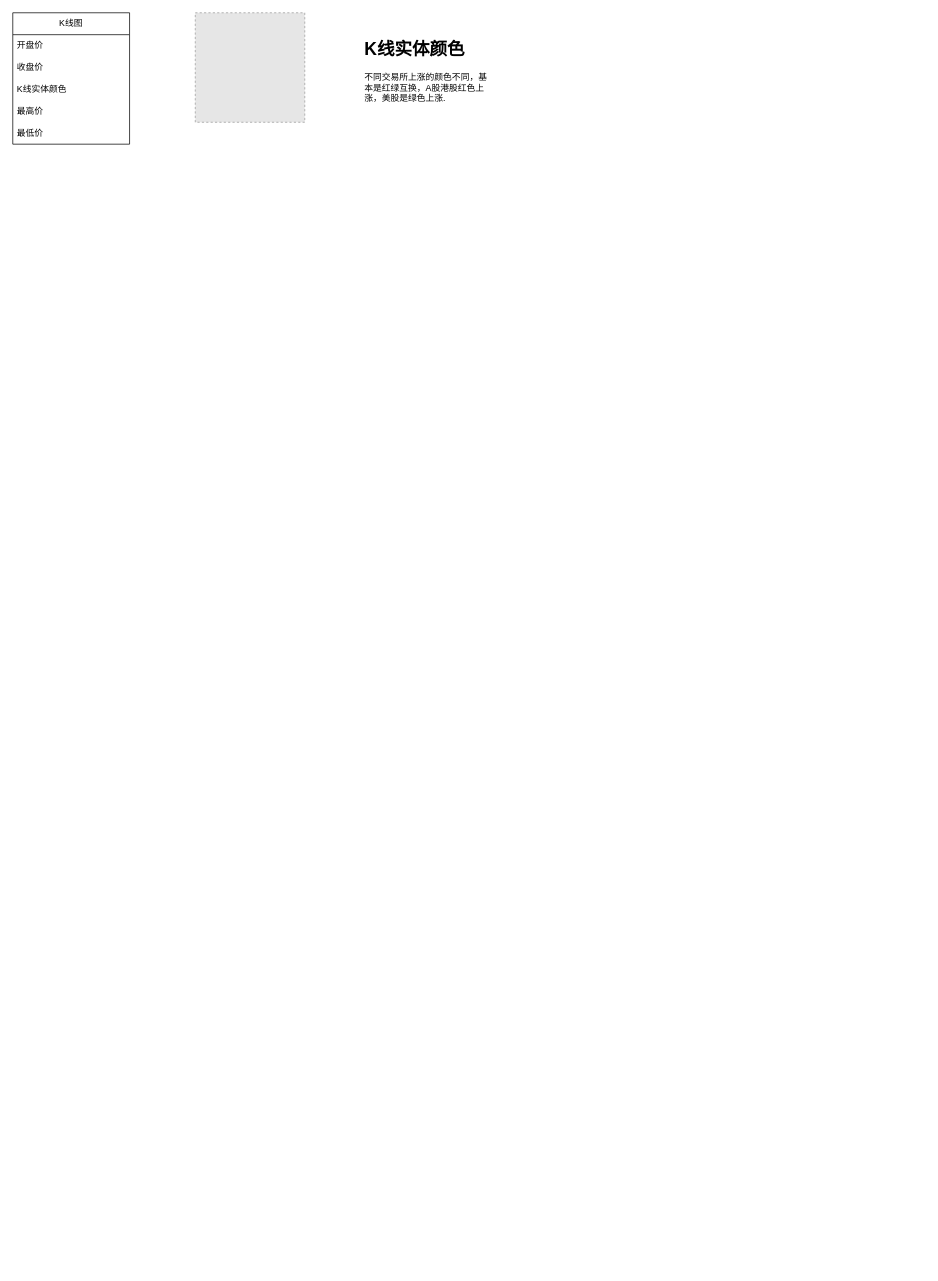
Before: 股票交易基础知识.drawio in XiongZen/coco, a draw.io diagram. Source tidied: cells renumbered, new cells numbered last; positions are measured from the earlier drawing's top-left corner, leaving out a move shared by most shapes. Both pictures are drawn from the tidied source at 73%, with x=0, y=0 at pixel (12, 12). Pictures stored in the file or linked from it are replaced by grey dashed boxes.
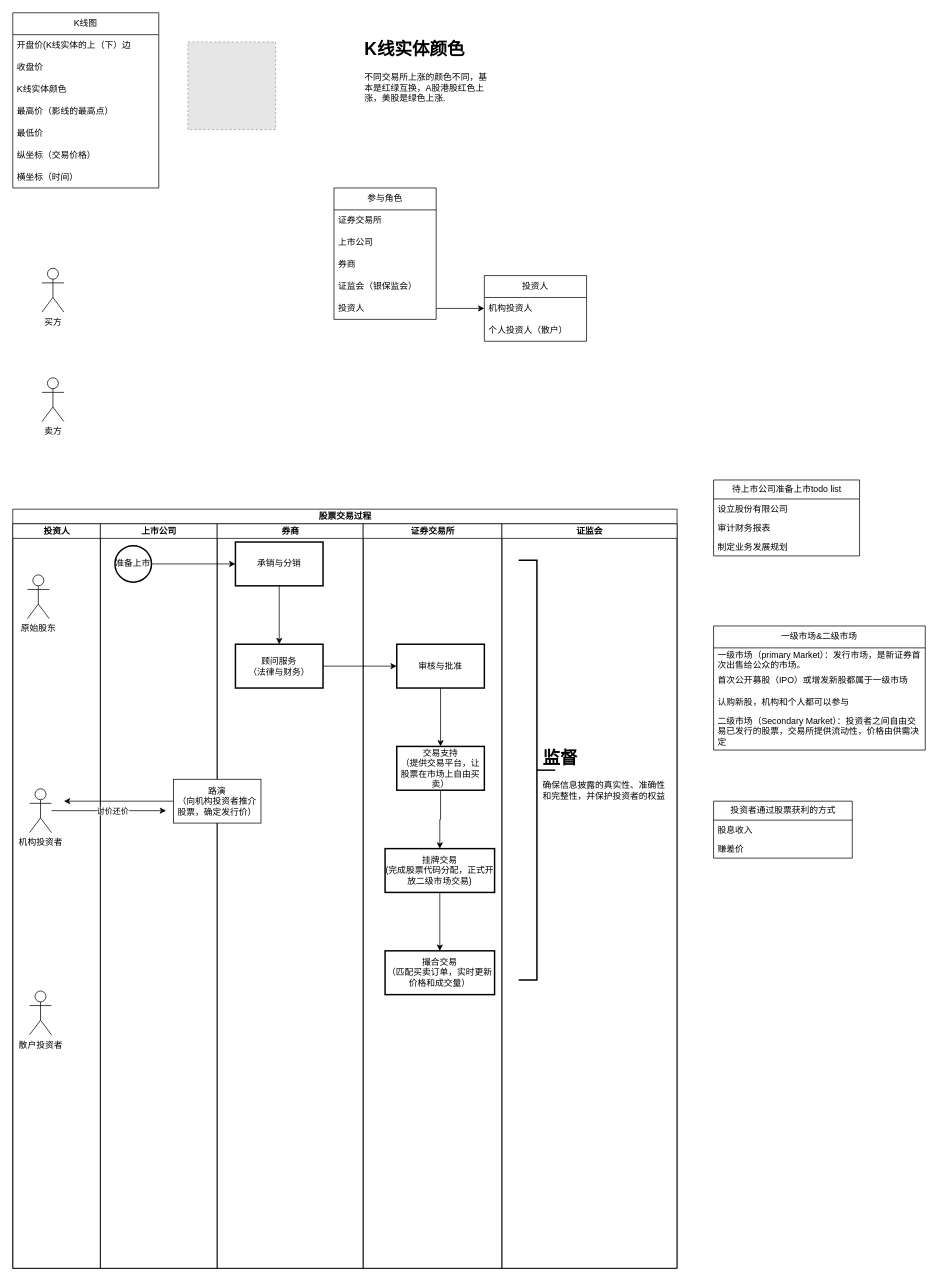
The same diagram, later.

Commit message (it also covers changes not shown here):
Update 股票交易基础知识.drawio

Diff of the diagram source:
```diff
@@
     <mxCell id="2" value="K线图" style="swimlane;fontStyle=0;horizontal=1;startSize=30;whiteSpace=wrap;html=1;" parent="1" vertex="1">
-      <mxGeometry width="160" height="180" as="geometry" />
+      <mxGeometry width="200" height="240" as="geometry" />
     </mxCell>
-    <mxCell id="3" value="开盘价" style="text;strokeColor=none;fillColor=none;align=left;verticalAlign=middle;spacingLeft=4;spacingRight=4;overflow=hidden;whiteSpace=wrap;html=1;" parent="2" vertex="1">
-      <mxGeometry y="30" width="160" height="30" as="geometry" />
+    <mxCell id="3" value="开盘价(K线实体的上（下）边" style="text;strokeColor=none;fillColor=none;align=left;verticalAlign=middle;spacingLeft=4;spacingRight=4;overflow=hidden;whiteSpace=wrap;html=1;" parent="2" vertex="1">
+      <mxGeometry y="30" width="200" height="30" as="geometry" />
     </mxCell>
     <mxCell id="4" value="收盘价" style="text;strokeColor=none;fillColor=none;align=left;verticalAlign=middle;spacingLeft=4;spacingRight=4;overflow=hidden;whiteSpace=wrap;html=1;" parent="2" vertex="1">
-      <mxGeometry y="60" width="160" height="30" as="geometry" />
+      <mxGeometry y="60" width="200" height="30" as="geometry" />
     </mxCell>
     <mxCell id="5" value="K线实体颜色" style="text;strokeColor=none;fillColor=none;align=left;verticalAlign=middle;spacingLeft=4;spacingRight=4;overflow=hidden;whiteSpace=wrap;html=1;" parent="2" vertex="1">
-      <mxGeometry y="90" width="160" height="30" as="geometry" />
+      <mxGeometry y="90" width="200" height="30" as="geometry" />
     </mxCell>
-    <mxCell id="6" value="最高价" style="text;strokeColor=none;fillColor=none;align=left;verticalAlign=middle;spacingLeft=4;spacingRight=4;overflow=hidden;whiteSpace=wrap;html=1;" parent="2" vertex="1">
-      <mxGeometry y="120" width="160" height="30" as="geometry" />
+    <mxCell id="6" value="最高价（影线的最高点）" style="text;strokeColor=none;fillColor=none;align=left;verticalAlign=middle;spacingLeft=4;spacingRight=4;overflow=hidden;whiteSpace=wrap;html=1;" parent="2" vertex="1">
+      <mxGeometry y="120" width="200" height="30" as="geometry" />
     </mxCell>
     <mxCell id="7" value="最低价" style="text;strokeColor=none;fillColor=none;align=left;verticalAlign=middle;spacingLeft=4;spacingRight=4;overflow=hidden;whiteSpace=wrap;html=1;" parent="2" vertex="1">
-      <mxGeometry y="150" width="160" height="30" as="geometry" />
+      <mxGeometry y="150" width="200" height="30" as="geometry" />
     </mxCell>
+    <mxCell id="10" value="纵坐标（交易价格）" style="text;strokeColor=none;fillColor=none;align=left;verticalAlign=middle;spacingLeft=4;spacingRight=4;overflow=hidden;whiteSpace=wrap;html=1;" parent="2" vertex="1">
+      <mxGeometry y="180" width="200" height="30" as="geometry" />
+    </mxCell>
+    <mxCell id="11" value="横坐标（时间）" style="text;strokeColor=none;fillColor=none;align=left;verticalAlign=middle;spacingLeft=4;spacingRight=4;overflow=hidden;whiteSpace=wrap;html=1;" parent="2" vertex="1">
+      <mxGeometry y="210" width="200" height="30" as="geometry" />
+    </mxCell>
@@
-    <mxCell id="9" style="fillColor=#E6E6E6;strokeColor=#999999;dashed=1;verticalLabelPosition=bottom;labelBackgroundColor=default;verticalAlign=top;" parent="1" vertex="1">
-      <mxGeometry x="250" width="150" height="150" as="geometry" />
-    </mxCell>
+    <mxCell id="12" value="买方" style="shape=umlActor;verticalLabelPosition=bottom;verticalAlign=top;html=1;" parent="1" vertex="1">
+      <mxGeometry x="40" y="350" width="30" height="60" as="geometry" />
+    </mxCell>
+    <mxCell id="13" value="卖方" style="shape=umlActor;verticalLabelPosition=bottom;verticalAlign=top;html=1;" parent="1" vertex="1">
+      <mxGeometry x="40" y="500" width="30" height="60" as="geometry" />
+    </mxCell>
+    <mxCell id="14" value="参与角色" style="swimlane;fontStyle=0;horizontal=1;startSize=30;whiteSpace=wrap;html=1;" parent="1" vertex="1">
+      <mxGeometry x="440" y="240" width="140" height="180" as="geometry" />
+    </mxCell>
+    <mxCell id="15" value="证券交易所" style="text;strokeColor=none;fillColor=none;align=left;verticalAlign=middle;spacingLeft=4;spacingRight=4;overflow=hidden;whiteSpace=wrap;html=1;" parent="14" vertex="1">
+      <mxGeometry y="30" width="140" height="30" as="geometry" />
+    </mxCell>
+    <mxCell id="16" value="上市公司" style="text;strokeColor=none;fillColor=none;align=left;verticalAlign=middle;spacingLeft=4;spacingRight=4;overflow=hidden;whiteSpace=wrap;html=1;" parent="14" vertex="1">
+      <mxGeometry y="60" width="140" height="30" as="geometry" />
+    </mxCell>
+    <mxCell id="17" value="券商" style="text;strokeColor=none;fillColor=none;align=left;verticalAlign=middle;spacingLeft=4;spacingRight=4;overflow=hidden;whiteSpace=wrap;html=1;" parent="14" vertex="1">
+      <mxGeometry y="90" width="140" height="30" as="geometry" />
+    </mxCell>
+    <mxCell id="18" value="证监会（银保监会）" style="text;strokeColor=none;fillColor=none;align=left;verticalAlign=middle;spacingLeft=4;spacingRight=4;overflow=hidden;whiteSpace=wrap;html=1;" parent="14" vertex="1">
+      <mxGeometry y="120" width="140" height="30" as="geometry" />
+    </mxCell>
+    <mxCell id="19" value="投资人" style="text;strokeColor=none;fillColor=none;align=left;verticalAlign=middle;spacingLeft=4;spacingRight=4;overflow=hidden;points=[[0,0.5],[1,0.5]];portConstraint=eastwest;whiteSpace=wrap;html=1;" parent="14" vertex="1">
+      <mxGeometry y="150" width="140" height="30" as="geometry" />
+    </mxCell>
+    <mxCell id="20" value="投资人" style="swimlane;fontStyle=0;horizontal=1;startSize=30;whiteSpace=wrap;html=1;" parent="1" vertex="1">
+      <mxGeometry x="646" y="360" width="140" height="90" as="geometry" />
+    </mxCell>
+    <mxCell id="21" value="机构投资人" style="text;strokeColor=none;fillColor=none;align=left;verticalAlign=middle;spacingLeft=4;spacingRight=4;overflow=hidden;points=[[0,0.5],[1,0.5]];portConstraint=eastwest;whiteSpace=wrap;html=1;" parent="20" vertex="1">
+      <mxGeometry y="30" width="140" height="30" as="geometry" />
+    </mxCell>
+    <mxCell id="22" value="个人投资人（散户）" style="text;strokeColor=none;fillColor=none;align=left;verticalAlign=middle;spacingLeft=4;spacingRight=4;overflow=hidden;whiteSpace=wrap;html=1;" parent="20" vertex="1">
+      <mxGeometry y="60" width="140" height="30" as="geometry" />
+    </mxCell>
+    <mxCell id="23" style="edgeStyle=orthogonalEdgeStyle;rounded=0;jettySize=auto;html=1;entryX=0;entryY=0.5;entryDx=0;entryDy=0;" parent="1" edge="1" source="19" target="21">
+      <mxGeometry relative="1" as="geometry" />
+    </mxCell>
+    <mxCell id="24" value="股票交易过程" style="swimlane;startSize=20;html=1;" parent="1" vertex="1">
+      <mxGeometry y="680" width="910" height="1040" as="geometry" />
+    </mxCell>
+    <mxCell id="25" value="投资人" style="swimlane;startSize=20;html=1;" parent="24" vertex="1">
+      <mxGeometry y="20" width="120" height="1020" as="geometry" />
+    </mxCell>
+    <mxCell id="26" value="原始股东" style="shape=umlActor;verticalLabelPosition=bottom;verticalAlign=top;html=1;" parent="25" vertex="1">
+      <mxGeometry x="20" y="70" width="30" height="60" as="geometry" />
+    </mxCell>
+    <mxCell id="27" style="edgeStyle=orthogonalEdgeStyle;rounded=0;jettySize=auto;html=1;" parent="25" edge="1" source="29">
+      <mxGeometry relative="1" as="geometry">
+        <mxPoint x="210" y="393" as="targetPoint" />
+      </mxGeometry>
+    </mxCell>
+    <mxCell id="28" value="讨价还价" style="edgeLabel;html=1;align=center;verticalAlign=middle;" parent="27" vertex="1">
+      <mxGeometry x="0.06" relative="1" as="geometry">
+        <mxPoint x="1" as="offset" />
+      </mxGeometry>
+    </mxCell>
+    <mxCell id="29" value="机构投资者" style="shape=umlActor;verticalLabelPosition=bottom;verticalAlign=top;html=1;outlineConnect=0;" parent="25" vertex="1">
+      <mxGeometry x="23" y="363" width="30" height="60" as="geometry" />
+    </mxCell>
+    <mxCell id="30" value="散户投资者" style="shape=umlActor;verticalLabelPosition=bottom;verticalAlign=top;html=1;" parent="25" vertex="1">
+      <mxGeometry x="23" y="640" width="30" height="60" as="geometry" />
+    </mxCell>
+    <mxCell id="31" value="上市公司" style="swimlane;startSize=20;html=1;" parent="24" vertex="1">
+      <mxGeometry x="120" y="20" width="160" height="1020" as="geometry" />
+    </mxCell>
+    <mxCell id="32" value="准备上市" style="strokeWidth=2;html=1;shape=mxgraph.flowchart.start_2;whiteSpace=wrap;" parent="31" vertex="1">
+      <mxGeometry x="20" y="30" width="50" height="50" as="geometry" />
+    </mxCell>
+    <mxCell id="33" style="edgeStyle=orthogonalEdgeStyle;rounded=0;jettySize=auto;html=1;" parent="31" edge="1" source="38">
+      <mxGeometry relative="1" as="geometry">
+        <mxPoint x="-50" y="380" as="targetPoint" />
+      </mxGeometry>
+    </mxCell>
+    <mxCell id="34" value="券商" style="swimlane;startSize=20;html=1;" parent="24" vertex="1">
+      <mxGeometry x="280" y="20" width="200" height="1020" as="geometry" />
+    </mxCell>
+    <mxCell id="35" style="edgeStyle=orthogonalEdgeStyle;rounded=0;jettySize=auto;html=1;" parent="34" edge="1" source="36" target="37">
+      <mxGeometry relative="1" as="geometry" />
+    </mxCell>
+    <mxCell id="36" value="承销与分销" style="whiteSpace=wrap;html=1;strokeWidth=2;" parent="34" vertex="1">
+      <mxGeometry x="25" y="25" width="120" height="60" as="geometry" />
+    </mxCell>
+    <mxCell id="37" value="顾问服务&lt;div&gt;（法律与财务）&lt;/div&gt;" style="whiteSpace=wrap;html=1;strokeWidth=2;" parent="34" vertex="1">
+      <mxGeometry x="25" y="165" width="120" height="60" as="geometry" />
+    </mxCell>
+    <mxCell id="38" value="路演&lt;div&gt;（向机构投资者推介股票，确定发行价）&lt;/div&gt;" style="rounded=0;whiteSpace=wrap;html=1;" parent="34" vertex="1">
+      <mxGeometry x="-60" y="350" width="120" height="60" as="geometry" />
+    </mxCell>
+    <mxCell id="39" value="证券交易所" style="swimlane;startSize=20;html=1;" parent="24" vertex="1">
+      <mxGeometry x="480" y="20" width="190" height="1020" as="geometry" />
+    </mxCell>
+    <mxCell id="40" style="edgeStyle=orthogonalEdgeStyle;rounded=0;jettySize=auto;html=1;" parent="39" edge="1" source="41" target="43">
+      <mxGeometry relative="1" as="geometry" />
+    </mxCell>
+    <mxCell id="41" value="审核与批准" style="whiteSpace=wrap;html=1;strokeWidth=2;" parent="39" vertex="1">
+      <mxGeometry x="46" y="165" width="120" height="60" as="geometry" />
+    </mxCell>
+    <mxCell id="42" style="edgeStyle=orthogonalEdgeStyle;rounded=0;jettySize=auto;html=1;" parent="39" edge="1" source="43" target="45">
+      <mxGeometry relative="1" as="geometry" />
+    </mxCell>
+    <mxCell id="43" value="交易支持&lt;div&gt;（提供交易平台，让股票在市场上自由买卖）&lt;/div&gt;" style="whiteSpace=wrap;html=1;strokeWidth=2;" parent="39" vertex="1">
+      <mxGeometry x="46" y="305" width="120" height="60" as="geometry" />
+    </mxCell>
+    <mxCell id="44" style="edgeStyle=orthogonalEdgeStyle;rounded=0;jettySize=auto;html=1;" parent="39" edge="1" source="45" target="46">
+      <mxGeometry relative="1" as="geometry" />
+    </mxCell>
+    <mxCell id="45" value="挂牌交易&lt;div&gt;(完成股票代码分配，正式开放二级市场交易)&lt;/div&gt;" style="whiteSpace=wrap;html=1;strokeWidth=2;" parent="39" vertex="1">
+      <mxGeometry x="30" y="445" width="150" height="60" as="geometry" />
+    </mxCell>
+    <mxCell id="46" value="撮合交易&lt;br&gt;&lt;div&gt;（匹配买卖订单，实时更新价格和成交量）&lt;/div&gt;" style="whiteSpace=wrap;html=1;strokeWidth=2;" parent="39" vertex="1">
+      <mxGeometry x="30" y="585" width="150" height="60" as="geometry" />
+    </mxCell>
+    <mxCell id="47" value="证监会" style="swimlane;startSize=20;html=1;" parent="24" vertex="1">
+      <mxGeometry x="670" y="20" width="240" height="1020" as="geometry" />
+    </mxCell>
+    <mxCell id="48" style="strokeWidth=2;html=1;shape=mxgraph.flowchart.annotation_2;align=left;labelPosition=right;rotation=-180;" parent="47" vertex="1">
+      <mxGeometry x="23" y="50" width="50" height="575" as="geometry" />
+    </mxCell>
+    <mxCell id="49" value="&lt;h1 style=&quot;margin-top: 0px;&quot;&gt;监督&lt;/h1&gt;&lt;p&gt;确保信息披露的真实性、准确性和完整性，并保护投资者的权益&lt;/p&gt;" style="text;html=1;whiteSpace=wrap;overflow=hidden;rounded=0;" parent="47" vertex="1">
+      <mxGeometry x="54" y="300" width="180" height="120" as="geometry" />
+    </mxCell>
+    <mxCell id="50" style="edgeStyle=orthogonalEdgeStyle;rounded=0;jettySize=auto;html=1;" parent="24" edge="1" source="32" target="36">
+      <mxGeometry relative="1" as="geometry" />
+    </mxCell>
+    <mxCell id="51" style="edgeStyle=orthogonalEdgeStyle;rounded=0;jettySize=auto;html=1;entryX=0;entryY=0.5;entryDx=0;entryDy=0;" parent="24" edge="1" source="37" target="41">
+      <mxGeometry relative="1" as="geometry" />
+    </mxCell>
+    <mxCell id="52" value="待上市公司准备上市todo list" style="swimlane;fontStyle=0;horizontal=1;startSize=26;fillColor=none;html=1;" parent="1" vertex="1">
+      <mxGeometry x="960" y="640" width="200" height="104" as="geometry" />
+    </mxCell>
+    <mxCell id="53" value="设立股份有限公司" style="text;strokeColor=none;fillColor=none;align=left;verticalAlign=top;spacingLeft=4;spacingRight=4;overflow=hidden;whiteSpace=wrap;html=1;" parent="52" vertex="1">
+      <mxGeometry y="26" width="200" height="26" as="geometry" />
+    </mxCell>
+    <mxCell id="54" value="审计财务报表" style="text;strokeColor=none;fillColor=none;align=left;verticalAlign=top;spacingLeft=4;spacingRight=4;overflow=hidden;whiteSpace=wrap;html=1;" parent="52" vertex="1">
+      <mxGeometry y="52" width="200" height="26" as="geometry" />
+    </mxCell>
+    <mxCell id="55" value="制定业务发展规划" style="text;strokeColor=none;fillColor=none;align=left;verticalAlign=top;spacingLeft=4;spacingRight=4;overflow=hidden;whiteSpace=wrap;html=1;" parent="52" vertex="1">
+      <mxGeometry y="78" width="200" height="26" as="geometry" />
+    </mxCell>
+    <mxCell id="56" value="一级市场&amp;amp;二级市场" style="swimlane;fontStyle=0;horizontal=1;startSize=30;whiteSpace=wrap;html=1;" parent="1" vertex="1">
+      <mxGeometry x="960" y="840" width="290" height="170" as="geometry" />
+    </mxCell>
+    <mxCell id="57" value="一级市场（primary Market）：发行市场，是新证券首次出售给公众的市场。" style="text;strokeColor=none;fillColor=none;align=left;verticalAlign=middle;spacingLeft=4;spacingRight=4;overflow=hidden;whiteSpace=wrap;html=1;" parent="56" vertex="1">
+      <mxGeometry y="30" width="290" height="30" as="geometry" />
+    </mxCell>
+    <mxCell id="58" value="首次公开募股（IPO）或增发新股都属于一级市场" style="text;strokeColor=none;fillColor=none;align=left;verticalAlign=middle;spacingLeft=4;spacingRight=4;overflow=hidden;whiteSpace=wrap;html=1;" parent="56" vertex="1">
+      <mxGeometry y="60" width="290" height="30" as="geometry" />
+    </mxCell>
+    <mxCell id="59" value="认购新股，机构和个人都可以参与" style="text;strokeColor=none;fillColor=none;align=left;verticalAlign=middle;spacingLeft=4;spacingRight=4;overflow=hidden;whiteSpace=wrap;html=1;" parent="56" vertex="1">
+      <mxGeometry y="90" width="290" height="30" as="geometry" />
+    </mxCell>
+    <mxCell id="60" value="二级市场（Secondary Market）：投资者之间自由交易已发行的股票，交易所提供流动性，价格由供需决定" style="text;strokeColor=none;fillColor=none;align=left;verticalAlign=middle;spacingLeft=4;spacingRight=4;overflow=hidden;whiteSpace=wrap;html=1;" parent="56" vertex="1">
+      <mxGeometry y="120" width="290" height="50" as="geometry" />
+    </mxCell>
+    <mxCell id="61" value="投资者通过股票获利的方式" style="swimlane;fontStyle=0;horizontal=1;startSize=26;fillColor=none;html=1;" parent="1" vertex="1">
+      <mxGeometry x="960" y="1080" width="190" height="78" as="geometry" />
+    </mxCell>
+    <mxCell id="62" value="股息收入" style="text;strokeColor=none;fillColor=none;align=left;verticalAlign=top;spacingLeft=4;spacingRight=4;overflow=hidden;whiteSpace=wrap;html=1;" parent="61" vertex="1">
+      <mxGeometry y="26" width="190" height="26" as="geometry" />
+    </mxCell>
+    <mxCell id="63" value="赚差价" style="text;strokeColor=none;fillColor=none;align=left;verticalAlign=top;spacingLeft=4;spacingRight=4;overflow=hidden;whiteSpace=wrap;html=1;" parent="61" vertex="1">
+      <mxGeometry y="52" width="190" height="26" as="geometry" />
+    </mxCell>
+    <mxCell id="64" style="fillColor=#E6E6E6;strokeColor=#999999;dashed=1;verticalLabelPosition=bottom;labelBackgroundColor=default;verticalAlign=top;" parent="1" vertex="1">
+      <mxGeometry x="240" y="40" width="120" height="120" as="geometry" />
+    </mxCell>
```
